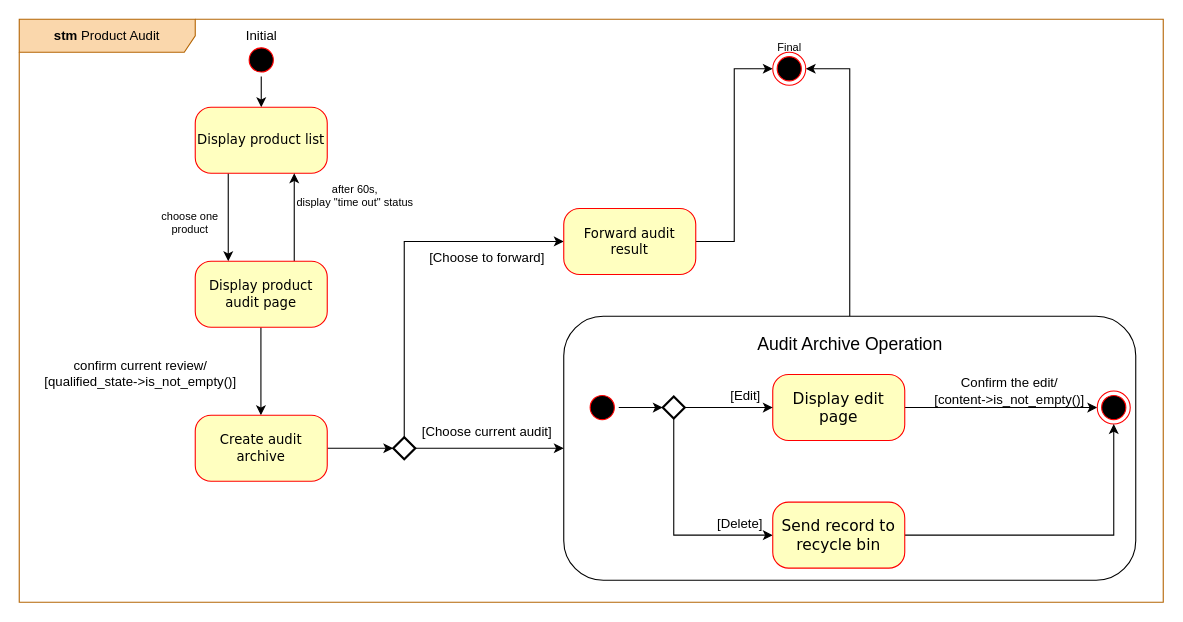
This is Documentation/State Machine Diagram/Product Audit SMD.drawio from Darrenchenn/Model-based-software-design, a draw.io file, before an edit. Source tidied: cells renumbered, new cells numbered last; positions are measured from the earlier drawing's top-left corner, leaving out a move shared by most shapes. Both pictures are drawn from the tidied source at 110%, with x=0, y=0 at pixel (19, 19).
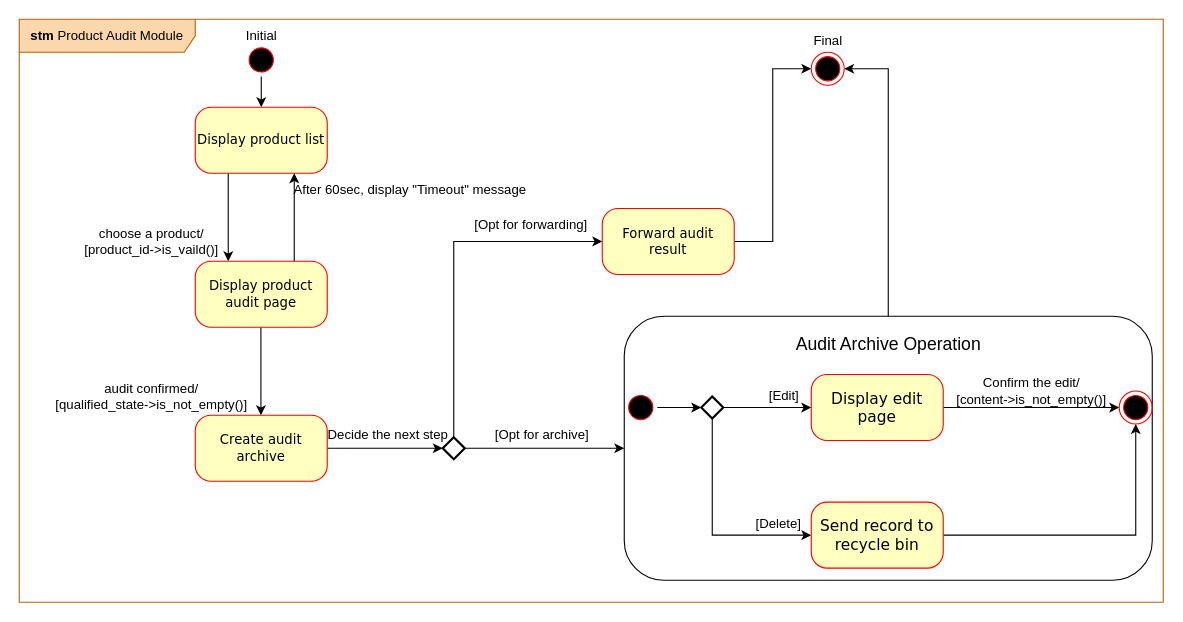
After the change.

Change to the diagram source:
```diff
@@
-    <mxCell id="2" value="&lt;b&gt;stm &lt;/b&gt;Product Audit" style="shape=umlFrame;whiteSpace=wrap;html=1;width=160;fillColor=#fad7ac;strokeColor=#b46504;" parent="1" vertex="1">
+    <mxCell id="2" value="&lt;b&gt;stm &lt;/b&gt;Product Audit Module" style="shape=umlFrame;whiteSpace=wrap;html=1;width=160;fillColor=#fad7ac;strokeColor=#b46504;" parent="1" vertex="1">
       <mxGeometry width="1040" height="530" as="geometry" />
     </mxCell>
@@
     <mxCell id="4" style="rounded=1;whiteSpace=wrap;html=1;" parent="1" vertex="1">
-      <mxGeometry x="495" y="270" width="520" height="240" as="geometry" />
+      <mxGeometry x="550" y="270" width="480" height="240" as="geometry" />
     </mxCell>
@@
-    <mxCell id="12" value="&lt;font style=&quot;font-size: 10px;&quot;&gt;choose one &lt;br style=&quot;font-size: 10px;&quot;&gt;product&lt;/font&gt;" style="text;html=1;align=center;verticalAlign=middle;strokeColor=none;fillColor=none;fontSize=10;" parent="1" vertex="1">
-      <mxGeometry x="115" y="165" width="80" height="40" as="geometry" />
+    <mxCell id="12" value="choose a product/&lt;br&gt;[product_id-&amp;gt;is_vaild()]" style="text;html=1;align=center;verticalAlign=middle;strokeColor=none;fillColor=none;fontSize=12;" parent="1" vertex="1">
+      <mxGeometry x="45" y="182" width="150" height="40" as="geometry" />
     </mxCell>
-    <mxCell id="13" value="&lt;div style=&quot;font-size: 10px;&quot;&gt;&lt;font style=&quot;font-size: 10px;&quot;&gt;after 60s, &lt;br style=&quot;font-size: 10px;&quot;&gt;&lt;/font&gt;&lt;/div&gt;&lt;div style=&quot;font-size: 10px;&quot;&gt;&lt;font style=&quot;font-size: 10px;&quot;&gt;display &quot;time out&quot; status&lt;/font&gt;&lt;/div&gt;" style="text;html=1;align=center;verticalAlign=middle;strokeColor=none;fillColor=none;fontSize=10;" parent="1" vertex="1">
-      <mxGeometry x="240" y="140" width="130" height="40" as="geometry" />
+    <mxCell id="13" value="After 60sec, display &quot;Timeout&quot; message" style="text;html=1;align=center;verticalAlign=middle;strokeColor=none;fillColor=none;fontSize=12;" parent="1" vertex="1">
+      <mxGeometry x="235" y="140" width="240" height="30" as="geometry" />
     </mxCell>
@@
     <mxCell id="18" value="&lt;font style=&quot;font-size: 14px;&quot;&gt;Display edit page&lt;/font&gt;" style="rounded=1;whiteSpace=wrap;html=1;arcSize=24;fillColor=#ffffc0;strokeColor=#ff0000;shadow=0;comic=0;labelBackgroundColor=none;fontFamily=Verdana;fontSize=12;fontColor=#000000;align=center;" parent="1" vertex="1">
-      <mxGeometry x="685" y="323" width="120" height="60" as="geometry" />
+      <mxGeometry x="720" y="323" width="120" height="60" as="geometry" />
     </mxCell>
     <mxCell id="19" style="edgeStyle=orthogonalEdgeStyle;rounded=0;jettySize=auto;html=1;exitX=0.5;exitY=0;exitDx=0;exitDy=0;" parent="1" edge="1" source="20">
       <mxGeometry relative="1" as="geometry">
-        <mxPoint x="585" y="353" as="targetPoint" />
+        <mxPoint x="620" y="353" as="targetPoint" />
       </mxGeometry>
     </mxCell>
     <mxCell id="20" style="ellipse;html=1;shape=startState;fillColor=#000000;strokeColor=#ff0000;rounded=1;shadow=0;comic=0;labelBackgroundColor=none;fontFamily=Verdana;fontSize=12;fontColor=#000000;align=center;direction=south;" parent="1" vertex="1">
-      <mxGeometry x="515" y="338" width="30" height="30" as="geometry" />
+      <mxGeometry x="550" y="338" width="30" height="30" as="geometry" />
     </mxCell>
     <mxCell id="21" value="&lt;font style=&quot;font-size: 16px;&quot;&gt;Audit Archive Operation&lt;/font&gt;" style="text;html=1;align=center;verticalAlign=middle;strokeColor=none;fillColor=none;fontSize=16;" parent="1" vertex="1">
-      <mxGeometry x="660" y="280" width="190" height="30" as="geometry" />
+      <mxGeometry x="695" y="280" width="190" height="30" as="geometry" />
     </mxCell>
-    <mxCell id="22" value="confirm current review/&lt;br&gt;[qualified_state-&amp;gt;is_not_empty()]" style="text;html=1;align=center;verticalAlign=middle;strokeColor=none;fillColor=none;" parent="1" vertex="1">
-      <mxGeometry x="10" y="302" width="200" height="40" as="geometry" />
+    <mxCell id="22" value="audit confirmed/&lt;br&gt;[qualified_state-&amp;gt;is_not_empty()]" style="text;html=1;align=center;verticalAlign=middle;strokeColor=none;fillColor=none;" parent="1" vertex="1">
+      <mxGeometry x="20" y="323" width="200" height="40" as="geometry" />
     </mxCell>
-    <mxCell id="23" style="edgeStyle=orthogonalEdgeStyle;rounded=0;jettySize=auto;html=1;exitX=1;exitY=0.5;exitDx=0;exitDy=0;exitPerimeter=0;entryX=0;entryY=0.5;entryDx=0;entryDy=0;" parent="1" edge="1" source="25">
-      <mxGeometry relative="1" as="geometry">
-        <mxPoint x="495" y="390" as="targetPoint" />
-      </mxGeometry>
+    <mxCell id="23" style="edgeStyle=orthogonalEdgeStyle;rounded=0;jettySize=auto;html=1;exitX=1;exitY=0.5;exitDx=0;exitDy=0;exitPerimeter=0;entryX=0;entryY=0.5;entryDx=0;entryDy=0;" parent="1" edge="1" source="25" target="4">
+      <mxGeometry relative="1" as="geometry" />
     </mxCell>
@@
     <mxCell id="25" style="strokeWidth=2;html=1;shape=mxgraph.flowchart.decision;whiteSpace=wrap;" parent="1" vertex="1">
-      <mxGeometry x="340" y="380" width="20" height="20" as="geometry" />
+      <mxGeometry x="385" y="380" width="20" height="20" as="geometry" />
     </mxCell>
@@
     <mxCell id="27" value="Forward audit result" style="rounded=1;whiteSpace=wrap;html=1;arcSize=24;fillColor=#ffffc0;strokeColor=#ff0000;shadow=0;comic=0;labelBackgroundColor=none;fontFamily=Verdana;fontSize=12;fontColor=#000000;align=center;" parent="1" vertex="1">
-      <mxGeometry x="495" y="172" width="120" height="60" as="geometry" />
+      <mxGeometry x="530" y="172" width="120" height="60" as="geometry" />
     </mxCell>
-    <mxCell id="28" value="[Choose current audit]" style="text;html=1;align=center;verticalAlign=middle;strokeColor=none;fillColor=none;" parent="1" vertex="1">
-      <mxGeometry x="355" y="360" width="140" height="30" as="geometry" />
+    <mxCell id="28" value="[Opt for archive]" style="text;html=1;align=center;verticalAlign=middle;strokeColor=none;fillColor=none;" parent="1" vertex="1">
+      <mxGeometry x="420" y="363" width="110" height="30" as="geometry" />
     </mxCell>
-    <mxCell id="29" value="[Choose to forward]" style="text;html=1;align=center;verticalAlign=middle;strokeColor=none;fillColor=none;" parent="1" vertex="1">
-      <mxGeometry x="360" y="202" width="130" height="30" as="geometry" />
+    <mxCell id="29" value="[Opt for forwarding]" style="text;html=1;align=center;verticalAlign=middle;strokeColor=none;fillColor=none;" parent="1" vertex="1">
+      <mxGeometry x="400" y="172" width="130" height="30" as="geometry" />
     </mxCell>
     <mxCell id="30" style="ellipse;html=1;shape=endState;fillColor=#000000;strokeColor=#ff0000;rounded=1;shadow=0;comic=0;labelBackgroundColor=none;fontFamily=Verdana;fontSize=12;fontColor=#000000;align=center;" parent="1" vertex="1">
-      <mxGeometry x="685" y="30" width="30" height="30" as="geometry" />
+      <mxGeometry x="720" y="30" width="30" height="30" as="geometry" />
     </mxCell>
-    <mxCell id="31" value="Final" style="text;html=1;align=center;verticalAlign=middle;strokeColor=none;fillColor=none;fontSize=10;" parent="1" vertex="1">
-      <mxGeometry x="675" y="10" width="50" height="30" as="geometry" />
+    <mxCell id="31" value="Final" style="text;html=1;align=center;verticalAlign=middle;strokeColor=none;fillColor=none;fontSize=12;" parent="1" vertex="1">
+      <mxGeometry x="710" y="5" width="50" height="30" as="geometry" />
     </mxCell>
     <mxCell id="32" style="edgeStyle=orthogonalEdgeStyle;rounded=0;jettySize=auto;html=1;exitX=1;exitY=0.5;exitDx=0;exitDy=0;exitPerimeter=0;" parent="1" edge="1" source="34">
       <mxGeometry relative="1" as="geometry">
-        <mxPoint x="685" y="353" as="targetPoint" />
+        <mxPoint x="720" y="353" as="targetPoint" />
       </mxGeometry>
     </mxCell>
@@
     <mxCell id="34" style="strokeWidth=2;html=1;shape=mxgraph.flowchart.decision;whiteSpace=wrap;" parent="1" vertex="1">
-      <mxGeometry x="585" y="343" width="20" height="20" as="geometry" />
+      <mxGeometry x="620" y="343" width="20" height="20" as="geometry" />
     </mxCell>
     <mxCell id="35" value="[Edit]" style="text;html=1;align=center;verticalAlign=middle;strokeColor=none;fillColor=none;" parent="1" vertex="1">
-      <mxGeometry x="635" y="328" width="50" height="30" as="geometry" />
+      <mxGeometry x="670" y="328" width="50" height="30" as="geometry" />
     </mxCell>
     <mxCell id="36" value="Confirm the edit/&lt;br&gt;[content-&amp;gt;is_not_empty()]" style="text;html=1;align=center;verticalAlign=middle;strokeColor=none;fillColor=none;" parent="1" vertex="1">
-      <mxGeometry x="820" y="318" width="160" height="40" as="geometry" />
+      <mxGeometry x="840" y="318" width="160" height="40" as="geometry" />
     </mxCell>
     <mxCell id="37" style="ellipse;html=1;shape=endState;fillColor=#000000;strokeColor=#ff0000;rounded=1;shadow=0;comic=0;labelBackgroundColor=none;fontFamily=Verdana;fontSize=12;fontColor=#000000;align=center;" parent="1" vertex="1">
-      <mxGeometry x="980" y="338" width="30" height="30" as="geometry" />
+      <mxGeometry x="1000" y="338" width="30" height="30" as="geometry" />
     </mxCell>
@@
     <mxCell id="39" value="&lt;div style=&quot;border-color: var(--border-color);&quot;&gt;&lt;font style=&quot;border-color: var(--border-color); font-size: 14px;&quot;&gt;Send record to&lt;br style=&quot;border-color: var(--border-color);&quot;&gt;&lt;/font&gt;&lt;/div&gt;&lt;div style=&quot;border-color: var(--border-color);&quot;&gt;&lt;font style=&quot;border-color: var(--border-color); font-size: 14px;&quot;&gt;recycle bin&lt;/font&gt;&lt;/div&gt;" style="rounded=1;whiteSpace=wrap;html=1;arcSize=24;fillColor=#ffffc0;strokeColor=#ff0000;shadow=0;comic=0;labelBackgroundColor=none;fontFamily=Verdana;fontSize=12;fontColor=#000000;align=center;" parent="1" vertex="1">
-      <mxGeometry x="685" y="439" width="120" height="60" as="geometry" />
+      <mxGeometry x="720" y="439" width="120" height="60" as="geometry" />
     </mxCell>
     <mxCell id="40" value="[Delete]" style="text;html=1;align=center;verticalAlign=middle;strokeColor=none;fillColor=none;" parent="1" vertex="1">
-      <mxGeometry x="625" y="444" width="60" height="30" as="geometry" />
+      <mxGeometry x="660" y="444" width="60" height="30" as="geometry" />
     </mxCell>
+    <mxCell id="41" value="Decide the next step" style="text;html=1;align=center;verticalAlign=middle;strokeColor=none;fillColor=none;" parent="1" vertex="1">
+      <mxGeometry x="270" y="363" width="130" height="30" as="geometry" />
+    </mxCell>
```
